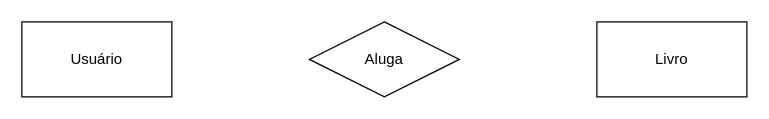
This is DER.drawio from LucasDoCouto/CRUD-Python, a draw.io file, before an edit. Source tidied: cells renumbered, new cells numbered last; positions are measured from the earlier drawing's top-left corner, leaving out a move shared by most shapes. Both pictures are drawn from the tidied source at 125%, with x=0, y=0 at pixel (21, 21).
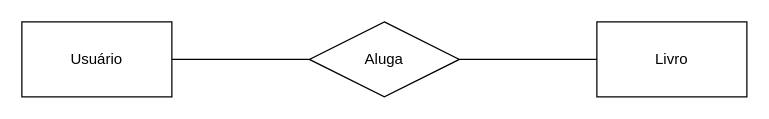
After the change.

What changed in the source:
```diff
@@
 <mxGraphModel>
   <root>
     <mxCell id="0" />
     <mxCell id="1" parent="0" />
     <mxCell id="2" value="Usuário" style="rounded=0;whiteSpace=wrap;html=1;" parent="1" vertex="1">
       <mxGeometry width="120" height="60" as="geometry" />
     </mxCell>
     <mxCell id="3" value="Aluga" style="shape=rhombus;perimeter=rhombusPerimeter;whiteSpace=wrap;html=1;align=center;" parent="1" vertex="1">
       <mxGeometry x="230" width="120" height="60" as="geometry" />
     </mxCell>
     <mxCell id="4" value="Livro" style="rounded=0;whiteSpace=wrap;html=1;" parent="1" vertex="1">
       <mxGeometry x="460" width="120" height="60" as="geometry" />
     </mxCell>
+    <mxCell id="5" style="endArrow=none;html=1;rounded=0;exitX=1;exitY=0.5;exitDx=0;exitDy=0;entryX=0;entryY=0.5;entryDx=0;entryDy=0;" parent="1" edge="1" source="2" target="3">
+      <mxGeometry relative="1" as="geometry" />
+    </mxCell>
+    <mxCell id="6" style="endArrow=none;html=1;rounded=0;entryX=0;entryY=0.5;entryDx=0;entryDy=0;exitX=1;exitY=0.5;exitDx=0;exitDy=0;" parent="1" edge="1" source="3" target="4">
+      <mxGeometry relative="1" as="geometry" />
+    </mxCell>
   </root>
 </mxGraphModel>
```
